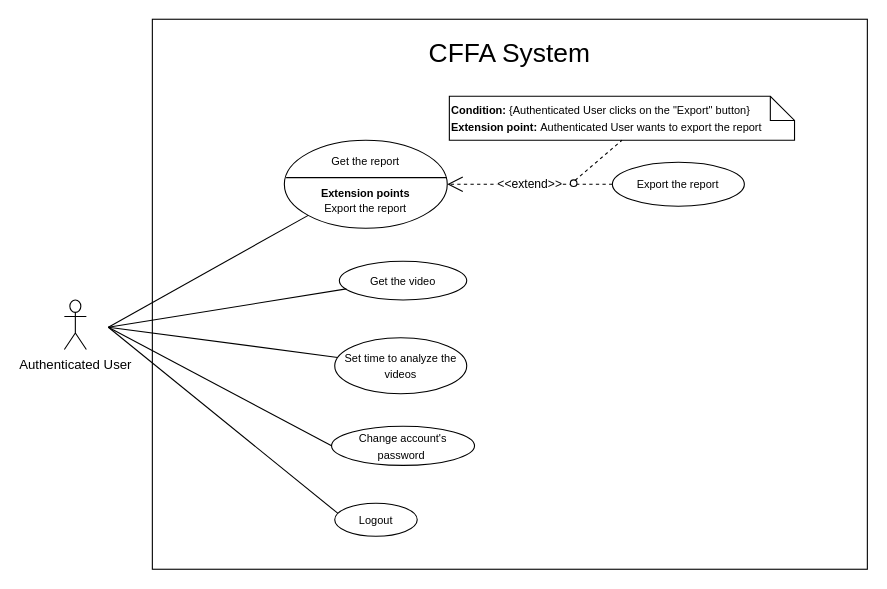
luannmdev/CapstoneDocument keeps this draw.io diagram as page "UsecaseOverview" (1 of 7) of Users/HuuDN/UsecaseDiagram/AuthenticatedUser/Overview.drawio. Above is the earlier version. Source tidied: cells renumbered, new cells numbered last; positions are measured from the earlier drawing's top-left corner, leaving out a move shared by most shapes. Both pictures are drawn from the tidied source at 110%, with x=0, y=0 at pixel (64, 19).
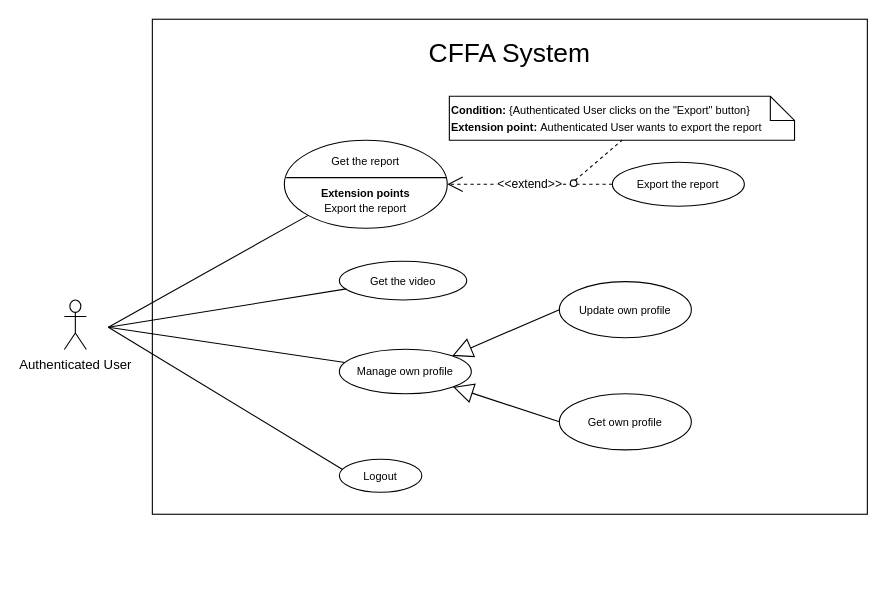
The same page after the edit.

Diff of the diagram source:
```diff
@@
     <mxCell id="2" style="rounded=0;whiteSpace=wrap;html=1;" parent="1" vertex="1">
-      <mxGeometry x="80" width="650" height="500" as="geometry" />
+      <mxGeometry x="80" width="650" height="450" as="geometry" />
     </mxCell>
@@
     <mxCell id="7" value="&lt;font style=&quot;font-size: 10px&quot;&gt;Logout&lt;/font&gt;" style="ellipse;whiteSpace=wrap;html=1;fillColor=#ffffff;gradientColor=none;" parent="1" vertex="1">
-      <mxGeometry x="245.8" y="440" width="75" height="30" as="geometry" />
+      <mxGeometry x="250" y="400" width="75" height="30" as="geometry" />
     </mxCell>
@@
-    <mxCell id="9" value="&lt;span style=&quot;font-size: 10px&quot;&gt;Change account's password&amp;nbsp;&lt;/span&gt;" style="ellipse;whiteSpace=wrap;html=1;fillColor=#ffffff;gradientColor=none;" parent="1" vertex="1">
-      <mxGeometry x="242.9" y="370" width="130" height="35.6" as="geometry" />
-    </mxCell>
-    <mxCell id="10" style="endArrow=none;html=1;fontSize=18;entryX=0;entryY=0.5;entryDx=0;entryDy=0;" parent="1" edge="1" target="9">
-      <mxGeometry relative="1" as="geometry">
-        <mxPoint x="40" y="280" as="sourcePoint" />
-      </mxGeometry>
-    </mxCell>
@@
-    <mxCell id="18" value="&lt;font style=&quot;font-size: 10px&quot;&gt;Set time to analyze the videos&lt;/font&gt;" style="ellipse;whiteSpace=wrap;html=1;" parent="1" vertex="1">
-      <mxGeometry x="245.8" y="289.5" width="120" height="51" as="geometry" />
+    <mxCell id="18" value="&lt;font style=&quot;font-size: 10px&quot;&gt;Manage own profile&lt;/font&gt;" style="ellipse;whiteSpace=wrap;html=1;" parent="1" vertex="1">
+      <mxGeometry x="250" y="300" width="120" height="40.5" as="geometry" />
     </mxCell>
@@
+    <mxCell id="21" value="&lt;font style=&quot;font-size: 10px&quot;&gt;Update own profile&lt;/font&gt;" style="ellipse;whiteSpace=wrap;html=1;" parent="1" vertex="1">
+      <mxGeometry x="450" y="238.5" width="120" height="51" as="geometry" />
+    </mxCell>
+    <mxCell id="22" value="&lt;span style=&quot;font-size: 10px&quot;&gt;Get own profile&lt;/span&gt;" style="ellipse;whiteSpace=wrap;html=1;" parent="1" vertex="1">
+      <mxGeometry x="450" y="340.5" width="120" height="51" as="geometry" />
+    </mxCell>
+    <mxCell id="23" style="endArrow=block;endSize=16;endFill=0;html=1;entryX=1;entryY=0;entryDx=0;entryDy=0;exitX=0;exitY=0.5;exitDx=0;exitDy=0;" parent="1" edge="1" source="21" target="18">
+      <mxGeometry relative="1" as="geometry" />
+    </mxCell>
+    <mxCell id="24" style="endArrow=block;endSize=16;endFill=0;html=1;exitX=0;exitY=0.5;exitDx=0;exitDy=0;" parent="1" edge="1" source="22" target="18">
+      <mxGeometry relative="1" as="geometry" />
+    </mxCell>
```
